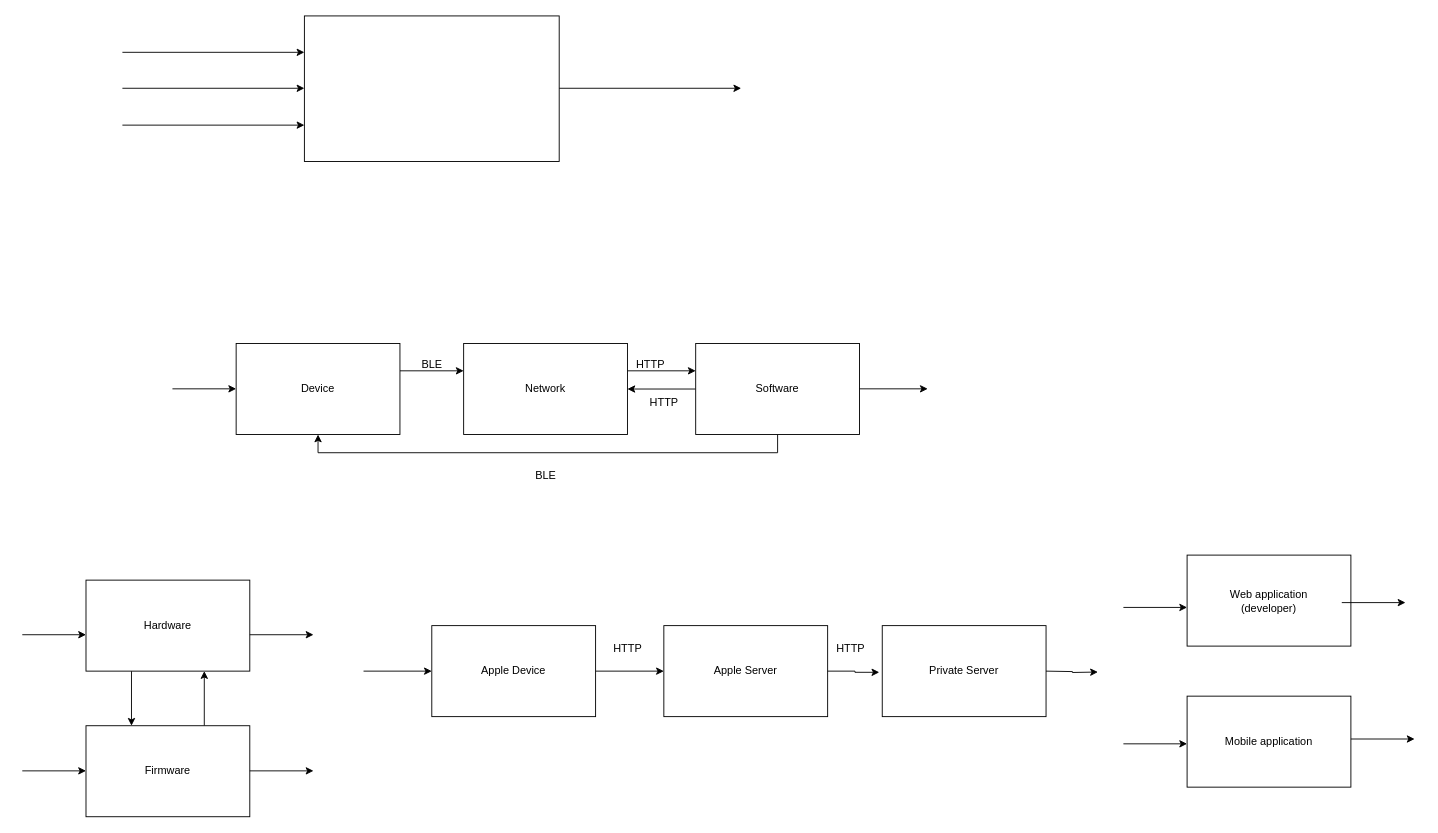
Above: PBL4-System.drawio in Child-Safety-Tracker/Diagrams (draw.io), before the change. Source tidied: cells renumbered, new cells numbered last; positions are measured from the earlier drawing's top-left corner, leaving out a move shared by most shapes. Both pictures are drawn from the tidied source at 91%, with x=0, y=0 at pixel (22, 15).
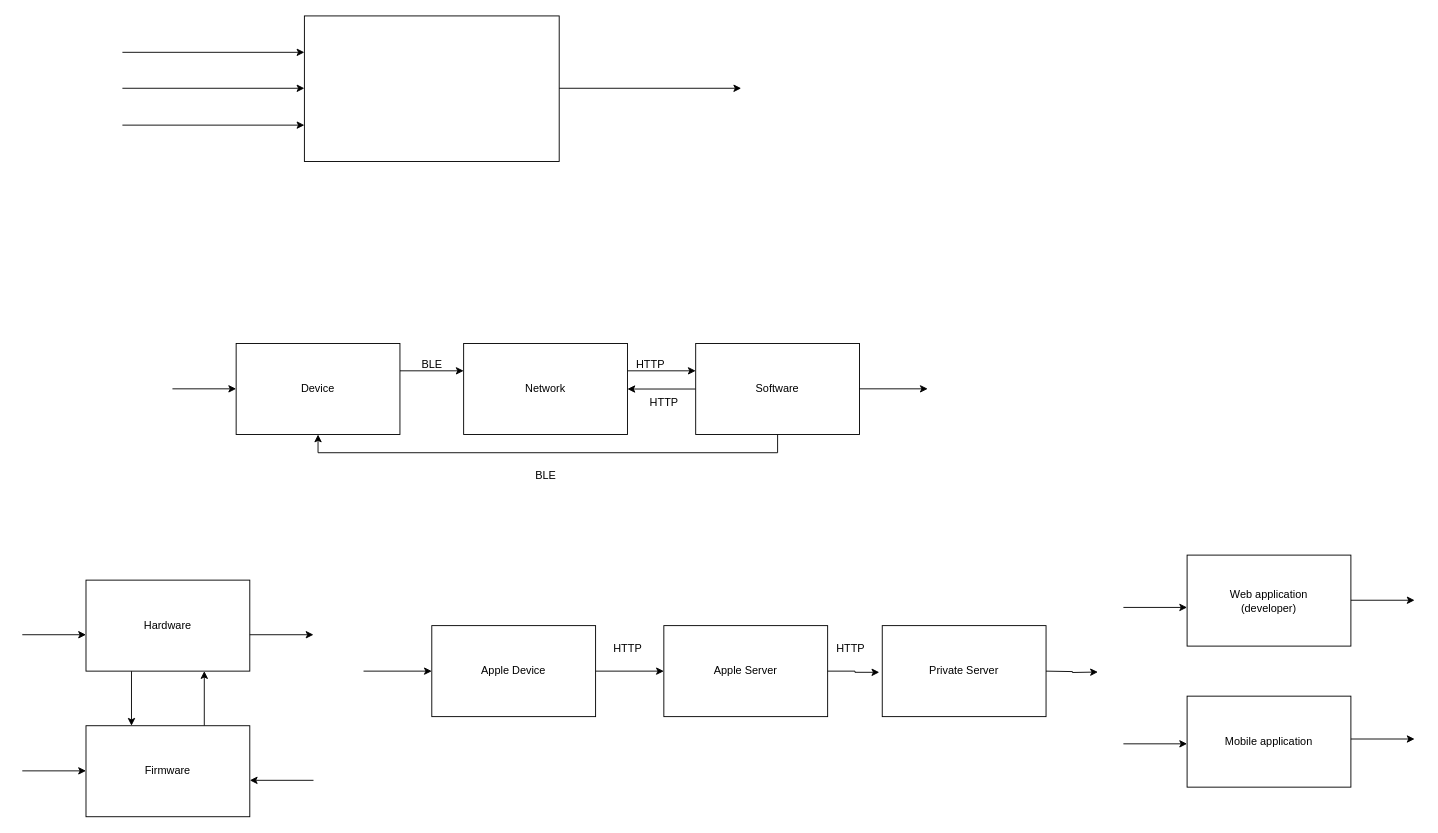
Above is the later version.

What changed in the source:
```diff
@@
     <mxCell id="32" style="edgeStyle=orthogonalEdgeStyle;rounded=0;orthogonalLoop=1;jettySize=auto;html=1;" parent="1" edge="1">
       <mxGeometry relative="1" as="geometry">
-        <mxPoint x="1450" y="644.7" as="sourcePoint" />
-        <mxPoint x="1520" y="644.7" as="targetPoint" />
+        <mxPoint x="1460" y="642.1" as="sourcePoint" />
+        <mxPoint x="1530" y="642.1" as="targetPoint" />
       </mxGeometry>
     </mxCell>
@@
-    <mxCell id="38" style="edgeStyle=orthogonalEdgeStyle;rounded=0;orthogonalLoop=1;jettySize=auto;html=1;" parent="1" edge="1">
-      <mxGeometry relative="1" as="geometry">
-        <mxPoint x="250" y="829.6" as="sourcePoint" />
-        <mxPoint x="320" y="829.6" as="targetPoint" />
-      </mxGeometry>
-    </mxCell>
@@
+    <mxCell id="43" style="endArrow=classic;html=1;rounded=0;" parent="1" edge="1">
+      <mxGeometry relative="1" as="geometry">
+        <mxPoint x="320" y="840" as="sourcePoint" />
+        <mxPoint x="250" y="840" as="targetPoint" />
+      </mxGeometry>
+    </mxCell>
```
